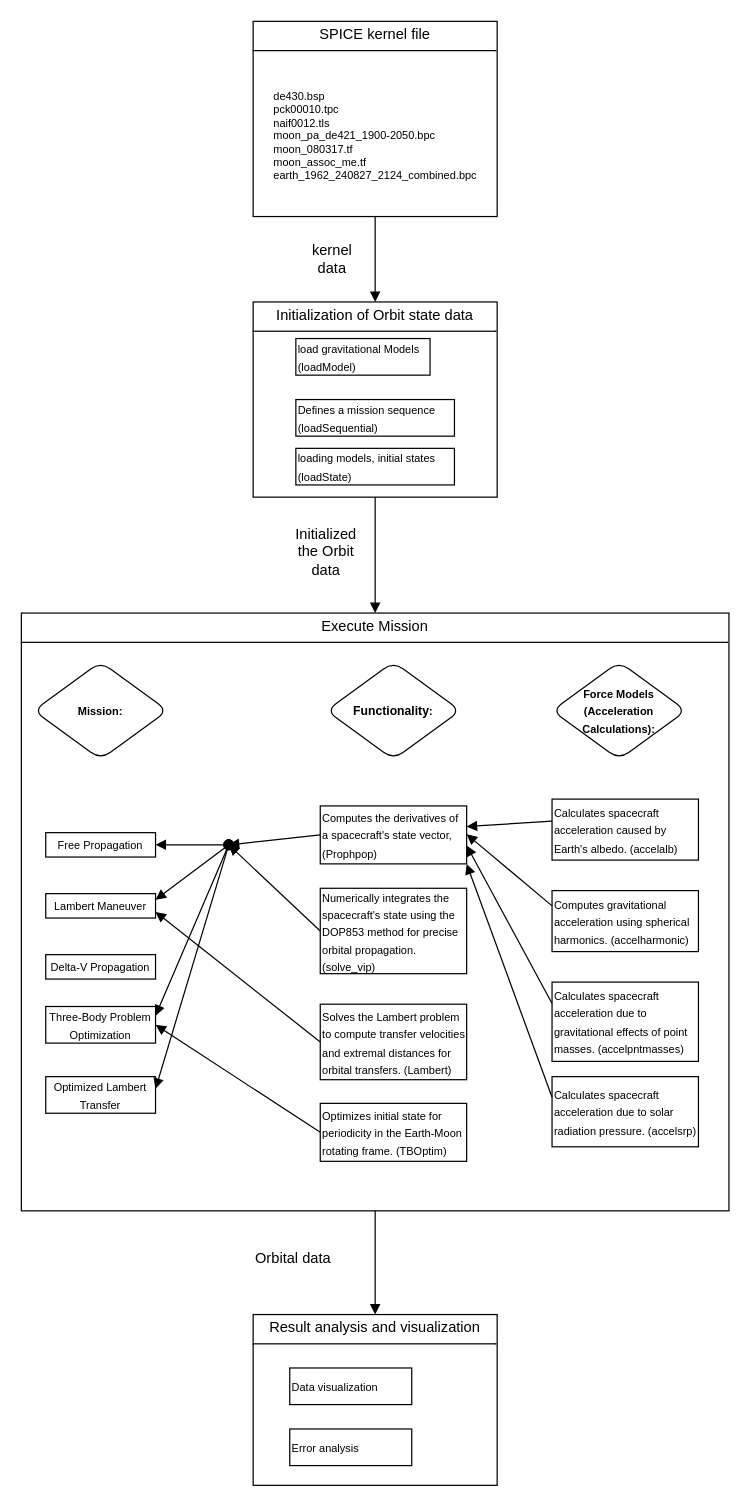
zhangnailiang/ER keeps this draw.io diagram as uml_final_report.drawio. Above is the earlier version. Source tidied: cells renumbered, new cells numbered last; positions are measured from the earlier drawing's top-left corner, leaving out a move shared by most shapes. Both pictures are drawn from the tidied source at 122%, with x=0, y=0 at pixel (21, 21).
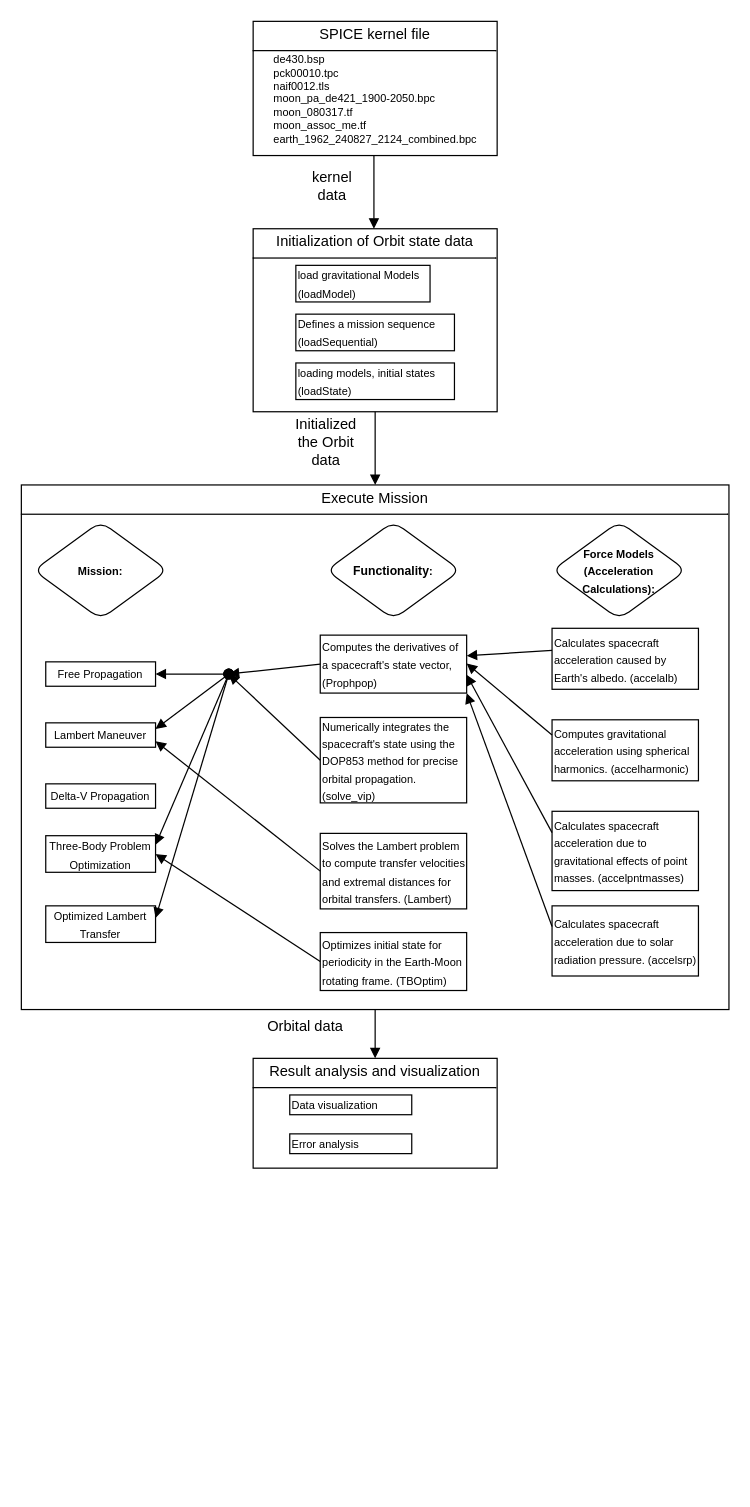
After the change.

The edit, as a diff of the source:
```diff
@@
     <mxCell id="2" value="&lt;p style=&quot;margin:0px;margin-top:4px;text-align:center;&quot;&gt;&lt;span style=&quot;background-color: initial;&quot;&gt;SPICE kernel file&lt;/span&gt;&lt;/p&gt;&lt;hr size=&quot;1&quot; style=&quot;border-style:solid;&quot;&gt;&lt;div style=&quot;height:2px;&quot;&gt;&lt;/div&gt;" style="verticalAlign=top;align=left;overflow=fill;html=1;whiteSpace=wrap;" parent="1" vertex="1">
-      <mxGeometry x="190" width="200" height="160" as="geometry" />
+      <mxGeometry x="190" width="200" height="110" as="geometry" />
     </mxCell>
     <mxCell id="3" value="de430.bsp&#10;pck00010.tpc&#10;naif0012.tls&#10;moon_pa_de421_1900-2050.bpc&#10;moon_080317.tf&#10;moon_assoc_me.tf&#10;earth_1962_240827_2124_combined.bpc" style="text;whiteSpace=wrap;fontSize=9;" parent="1" vertex="1">
-      <mxGeometry x="205" y="50" width="170" height="120" as="geometry" />
+      <mxGeometry x="205" y="20" width="170" height="90" as="geometry" />
     </mxCell>
     <mxCell id="4" value="&lt;p style=&quot;margin:0px;margin-top:4px;text-align:center;&quot;&gt;&lt;span style=&quot;background-color: initial;&quot;&gt;Initialization of Orbit state data&lt;/span&gt;&lt;/p&gt;&lt;hr size=&quot;1&quot; style=&quot;border-style:solid;&quot;&gt;&lt;div style=&quot;height:2px;&quot;&gt;&lt;/div&gt;" style="verticalAlign=top;align=left;overflow=fill;html=1;whiteSpace=wrap;" parent="1" vertex="1">
-      <mxGeometry x="190" y="230" width="200" height="160" as="geometry" />
+      <mxGeometry x="190" y="170" width="200" height="150" as="geometry" />
     </mxCell>
     <mxCell id="5" value="&lt;font style=&quot;font-size: 9px;&quot;&gt;load gravitational Models (loadModel)&lt;/font&gt;" style="html=1;whiteSpace=wrap;align=left;" parent="1" vertex="1">
-      <mxGeometry x="225" y="260" width="110" height="30" as="geometry" />
+      <mxGeometry x="225" y="200" width="110" height="30" as="geometry" />
     </mxCell>
     <mxCell id="6" value="&lt;font style=&quot;font-size: 9px;&quot;&gt;Defines a mission sequence (loadSequential)&lt;/font&gt;" style="html=1;whiteSpace=wrap;align=left;" parent="1" vertex="1">
-      <mxGeometry x="225" y="310" width="130" height="30" as="geometry" />
+      <mxGeometry x="225" y="240" width="130" height="30" as="geometry" />
     </mxCell>
     <mxCell id="7" value="&lt;p style=&quot;margin:0px;margin-top:4px;text-align:center;&quot;&gt;&lt;span style=&quot;background-color: initial;&quot;&gt;Execute Mission&lt;/span&gt;&lt;/p&gt;&lt;hr size=&quot;1&quot; style=&quot;border-style:solid;&quot;&gt;&lt;div style=&quot;height:2px;&quot;&gt;&lt;/div&gt;" style="verticalAlign=top;align=left;overflow=fill;html=1;whiteSpace=wrap;" parent="1" vertex="1">
-      <mxGeometry y="485" width="580" height="490" as="geometry" />
+      <mxGeometry y="380" width="580" height="430" as="geometry" />
     </mxCell>
     <mxCell id="8" value="&lt;font style=&quot;font-size: 9px;&quot;&gt;Free Propagation&lt;/font&gt;" style="html=1;whiteSpace=wrap;align=center;" parent="1" vertex="1">
-      <mxGeometry x="20" y="665" width="90" height="20" as="geometry" />
+      <mxGeometry x="20" y="525" width="90" height="20" as="geometry" />
     </mxCell>
     <mxCell id="9" value="&lt;font style=&quot;font-size: 9px;&quot;&gt;Lambert Maneuver&lt;/font&gt;" style="html=1;whiteSpace=wrap;align=center;" parent="1" vertex="1">
-      <mxGeometry x="20" y="715" width="90" height="20" as="geometry" />
+      <mxGeometry x="20" y="575" width="90" height="20" as="geometry" />
     </mxCell>
     <mxCell id="10" value="&lt;font style=&quot;font-size: 9px;&quot;&gt;Delta-V Propagation&lt;/font&gt;" style="html=1;whiteSpace=wrap;align=center;" parent="1" vertex="1">
-      <mxGeometry x="20" y="765" width="90" height="20" as="geometry" />
+      <mxGeometry x="20" y="625" width="90" height="20" as="geometry" />
     </mxCell>
     <mxCell id="11" value="&lt;font style=&quot;font-size: 9px;&quot;&gt;Calculates spacecraft acceleration caused by Earth's albedo. (accelalb)&lt;/font&gt;" style="html=1;whiteSpace=wrap;align=left;" parent="1" vertex="1">
-      <mxGeometry x="435" y="637.5" width="120" height="50" as="geometry" />
+      <mxGeometry x="435" y="497.5" width="120" height="50" as="geometry" />
     </mxCell>
     <mxCell id="12" value="&lt;font style=&quot;font-size: 9px;&quot;&gt;Calculates spacecraft acceleration due to gravitational effects of point masses. (accelpntmasses)&lt;/font&gt;" style="html=1;whiteSpace=wrap;align=left;" parent="1" vertex="1">
-      <mxGeometry x="435" y="787.5" width="120" height="65" as="geometry" />
+      <mxGeometry x="435" y="647.5" width="120" height="65" as="geometry" />
     </mxCell>
     <mxCell id="13" value="&lt;font style=&quot;font-size: 9px;&quot;&gt;Computes gravitational acceleration using spherical harmonics. (accelharmonic&lt;/font&gt;&lt;span style=&quot;font-size: 9px; background-color: initial;&quot;&gt;)&lt;/span&gt;" style="html=1;whiteSpace=wrap;align=left;" parent="1" vertex="1">
-      <mxGeometry x="435" y="712.5" width="120" height="50" as="geometry" />
+      <mxGeometry x="435" y="572.5" width="120" height="50" as="geometry" />
     </mxCell>
     <mxCell id="14" value="&lt;font style=&quot;font-size: 9px;&quot;&gt;Calculates spacecraft acceleration due to solar radiation pressure. (accelsrp)&lt;/font&gt;" style="html=1;whiteSpace=wrap;align=left;" parent="1" vertex="1">
-      <mxGeometry x="435" y="865" width="120" height="57.5" as="geometry" />
+      <mxGeometry x="435" y="725" width="120" height="57.5" as="geometry" />
     </mxCell>
     <mxCell id="15" value="&lt;font style=&quot;font-size: 9px;&quot;&gt;Computes the derivatives of a spacecraft's state vector,(Prophpop)&lt;/font&gt;" style="html=1;whiteSpace=wrap;align=left;" parent="1" vertex="1">
-      <mxGeometry x="245" y="643.1" width="120" height="47.5" as="geometry" />
+      <mxGeometry x="245" y="503.1" width="120" height="47.5" as="geometry" />
     </mxCell>
     <mxCell id="16" value="&lt;font style=&quot;font-size: 9px;&quot;&gt;Optimizes initial state for periodicity in the Earth-Moon rotating frame. (TBOptim)&lt;/font&gt;" style="html=1;whiteSpace=wrap;align=left;" parent="1" vertex="1">
-      <mxGeometry x="245" y="886.9" width="120" height="47.5" as="geometry" />
+      <mxGeometry x="245" y="746.9" width="120" height="47.5" as="geometry" />
     </mxCell>
     <mxCell id="17" value="&lt;span style=&quot;text-align: left;&quot;&gt;&lt;font style=&quot;font-size: 9px;&quot;&gt;Three-Body Problem Optimization&lt;/font&gt;&lt;/span&gt;" style="html=1;whiteSpace=wrap;align=center;" parent="1" vertex="1">
-      <mxGeometry x="20" y="807.5" width="90" height="30" as="geometry" />
+      <mxGeometry x="20" y="667.5" width="90" height="30" as="geometry" />
     </mxCell>
     <mxCell id="18" value="&lt;span style=&quot;text-align: left;&quot;&gt;&lt;font style=&quot;font-size: 9px;&quot;&gt;Optimized Lambert Transfer&lt;/font&gt;&lt;/span&gt;" style="html=1;whiteSpace=wrap;align=center;" parent="1" vertex="1">
-      <mxGeometry x="20" y="865" width="90" height="30" as="geometry" />
+      <mxGeometry x="20" y="725" width="90" height="30" as="geometry" />
     </mxCell>
     <mxCell id="19" value="&lt;font style=&quot;font-size: 9px;&quot;&gt;Solves the Lambert problem to compute transfer velocities and extremal distances for orbital transfers. (Lambert)&lt;/font&gt;" style="html=1;whiteSpace=wrap;align=left;" parent="1" vertex="1">
-      <mxGeometry x="245" y="805.6" width="120" height="61.9" as="geometry" />
+      <mxGeometry x="245" y="665.6" width="120" height="61.9" as="geometry" />
     </mxCell>
     <mxCell id="20" value="&lt;font style=&quot;font-size: 9px;&quot;&gt;Numerically integrates the spacecraft's state using the DOP853 method for precise orbital propagation. (solve_vip)&lt;/font&gt;" style="html=1;whiteSpace=wrap;align=left;" parent="1" vertex="1">
-      <mxGeometry x="245" y="710.6" width="120" height="70" as="geometry" />
+      <mxGeometry x="245" y="570.6" width="120" height="70" as="geometry" />
     </mxCell>
     <mxCell id="21" value="&lt;font style=&quot;font-size: 9px;&quot;&gt;loading models, initial states (loadState)&lt;/font&gt;" style="html=1;whiteSpace=wrap;align=left;" parent="1" vertex="1">
-      <mxGeometry x="225" y="350" width="130" height="30" as="geometry" />
+      <mxGeometry x="225" y="280" width="130" height="30" as="geometry" />
     </mxCell>
     <mxCell id="22" style="endArrow=block;endFill=1;html=1;align=left;verticalAlign=top;rounded=0;exitX=0;exitY=0.5;exitDx=0;exitDy=0;entryX=1;entryY=0.25;entryDx=0;entryDy=0;" parent="1" edge="1">
       <mxGeometry x="-1" relative="1" as="geometry">
-        <mxPoint x="435" y="655.6" as="sourcePoint" />
-        <mxPoint x="365" y="660" as="targetPoint" />
+        <mxPoint x="435" y="515.6" as="sourcePoint" />
+        <mxPoint x="365" y="520" as="targetPoint" />
       </mxGeometry>
     </mxCell>
     <mxCell id="23" style="endArrow=block;endFill=1;html=1;align=left;verticalAlign=top;rounded=0;exitX=0;exitY=0.5;exitDx=0;exitDy=0;entryX=1;entryY=0.5;entryDx=0;entryDy=0;" parent="1" edge="1">
       <mxGeometry x="-1" relative="1" as="geometry">
-        <mxPoint x="435" y="725" as="sourcePoint" />
-        <mxPoint x="365" y="666.3" as="targetPoint" />
+        <mxPoint x="435" y="585" as="sourcePoint" />
+        <mxPoint x="365" y="526.3" as="targetPoint" />
       </mxGeometry>
     </mxCell>
     <mxCell id="24" style="endArrow=block;endFill=1;html=1;align=left;verticalAlign=top;rounded=0;exitX=0;exitY=0.5;exitDx=0;exitDy=0;entryX=1;entryY=0.75;entryDx=0;entryDy=0;" parent="1" edge="1">
       <mxGeometry x="-1" relative="1" as="geometry">
-        <mxPoint x="435" y="805" as="sourcePoint" />
-        <mxPoint x="365" y="675.6" as="targetPoint" />
+        <mxPoint x="435" y="665" as="sourcePoint" />
+        <mxPoint x="365" y="535.6" as="targetPoint" />
       </mxGeometry>
     </mxCell>
     <mxCell id="25" style="endArrow=block;endFill=1;html=1;align=left;verticalAlign=top;rounded=0;exitX=0;exitY=0.5;exitDx=0;exitDy=0;entryX=1;entryY=1;entryDx=0;entryDy=0;" parent="1" edge="1">
       <mxGeometry x="-1" relative="1" as="geometry">
-        <mxPoint x="435" y="881.9" as="sourcePoint" />
-        <mxPoint x="365" y="690.6" as="targetPoint" />
+        <mxPoint x="435" y="741.9" as="sourcePoint" />
+        <mxPoint x="365" y="550.6" as="targetPoint" />
       </mxGeometry>
     </mxCell>
     <mxCell id="26" style="endArrow=block;endFill=1;html=1;align=left;verticalAlign=top;rounded=0;exitX=0;exitY=0.5;exitDx=0;exitDy=0;" parent="1" edge="1" source="15">
       <mxGeometry x="-1" relative="1" as="geometry">
-        <mxPoint x="170" y="675" as="targetPoint" />
+        <mxPoint x="170" y="535" as="targetPoint" />
       </mxGeometry>
     </mxCell>
     <mxCell id="27" style="html=1;verticalAlign=bottom;startArrow=oval;startFill=1;endArrow=block;startSize=8;curved=0;rounded=0;entryX=1;entryY=0.5;entryDx=0;entryDy=0;" parent="1" edge="1" target="8">
       <mxGeometry relative="1" as="geometry">
-        <mxPoint x="170" y="675" as="sourcePoint" />
+        <mxPoint x="170" y="535" as="sourcePoint" />
       </mxGeometry>
     </mxCell>
     <mxCell id="28" style="endArrow=block;endFill=1;html=1;align=left;verticalAlign=top;rounded=0;exitX=0;exitY=0.5;exitDx=0;exitDy=0;" parent="1" edge="1" source="20">
       <mxGeometry x="-1" relative="1" as="geometry">
-        <mxPoint x="170" y="675" as="targetPoint" />
+        <mxPoint x="170" y="535" as="targetPoint" />
       </mxGeometry>
     </mxCell>
@@
     <mxCell id="30" style="html=1;verticalAlign=bottom;startArrow=oval;startFill=1;endArrow=block;startSize=8;curved=0;rounded=0;entryX=1;entryY=0.25;entryDx=0;entryDy=0;" parent="1" edge="1" target="9">
       <mxGeometry relative="1" as="geometry">
-        <mxPoint x="170" y="675" as="sourcePoint" />
+        <mxPoint x="170" y="535" as="sourcePoint" />
       </mxGeometry>
     </mxCell>
     <mxCell id="31" style="html=1;verticalAlign=bottom;startArrow=oval;startFill=1;endArrow=block;startSize=8;curved=0;rounded=0;entryX=1;entryY=0.25;entryDx=0;entryDy=0;" parent="1" edge="1" target="17">
       <mxGeometry relative="1" as="geometry">
-        <mxPoint x="170" y="675" as="sourcePoint" />
+        <mxPoint x="170" y="535" as="sourcePoint" />
       </mxGeometry>
     </mxCell>
@@
     <mxCell id="33" style="endArrow=block;endFill=1;html=1;align=left;verticalAlign=top;rounded=0;" parent="1" edge="1">
       <mxGeometry x="-1" relative="1" as="geometry">
-        <mxPoint x="170" y="675" as="sourcePoint" />
-        <mxPoint x="110" y="875" as="targetPoint" />
+        <mxPoint x="170" y="535" as="sourcePoint" />
+        <mxPoint x="110" y="735" as="targetPoint" />
       </mxGeometry>
     </mxCell>
     <mxCell id="34" value="&lt;p style=&quot;margin:0px;margin-top:4px;text-align:center;&quot;&gt;&lt;span style=&quot;background-color: initial;&quot;&gt;Result analysis and visualization&lt;/span&gt;&lt;/p&gt;&lt;hr size=&quot;1&quot; style=&quot;border-style:solid;&quot;&gt;&lt;div style=&quot;height:2px;&quot;&gt;&lt;/div&gt;" style="verticalAlign=top;align=left;overflow=fill;html=1;whiteSpace=wrap;" parent="1" vertex="1">
-      <mxGeometry x="190" y="1060" width="200" height="140" as="geometry" />
+      <mxGeometry x="190" y="850" width="200" height="90" as="geometry" />
     </mxCell>
     <mxCell id="35" value="&lt;font style=&quot;font-size: 9px;&quot;&gt;Data visualization&lt;/font&gt;" style="html=1;whiteSpace=wrap;align=left;" parent="1" vertex="1">
-      <mxGeometry x="220" y="1103.8" width="100" height="30" as="geometry" />
+      <mxGeometry x="220" y="880" width="100" height="16.2" as="geometry" />
     </mxCell>
     <mxCell id="36" value="&lt;font style=&quot;font-size: 9px;&quot;&gt;Error analysis&lt;/font&gt;" style="html=1;whiteSpace=wrap;align=left;" parent="1" vertex="1">
-      <mxGeometry x="220" y="1153.8" width="100" height="30" as="geometry" />
+      <mxGeometry x="220" y="911.9" width="100" height="16.2" as="geometry" />
     </mxCell>
     <mxCell id="37" value="&lt;font style=&quot;font-size: 9px;&quot;&gt;&lt;b&gt;Force Models (Acceleration Calculations):&lt;/b&gt;&lt;/font&gt;" style="rhombus;whiteSpace=wrap;html=1;rounded=1;" parent="1" vertex="1">
-      <mxGeometry x="435" y="525" width="110" height="80" as="geometry" />
+      <mxGeometry x="435" y="410" width="110" height="80" as="geometry" />
     </mxCell>
     <mxCell id="38" value="&lt;span style=&quot;font-size: 9px;&quot;&gt;&lt;b&gt;Mission:&lt;/b&gt;&lt;/span&gt;" style="rhombus;whiteSpace=wrap;html=1;rounded=1;" parent="1" vertex="1">
-      <mxGeometry x="10" y="525" width="110" height="80" as="geometry" />
+      <mxGeometry x="10" y="410" width="110" height="80" as="geometry" />
     </mxCell>
     <mxCell id="39" value="&lt;b style=&quot;&quot;&gt;&lt;font size=&quot;1&quot;&gt;Functionality&lt;/font&gt;&lt;/b&gt;&lt;b style=&quot;font-size: 9px;&quot;&gt;:&lt;/b&gt;" style="rhombus;whiteSpace=wrap;html=1;rounded=1;" parent="1" vertex="1">
-      <mxGeometry x="250" y="525" width="110" height="80" as="geometry" />
+      <mxGeometry x="250" y="410" width="110" height="80" as="geometry" />
     </mxCell>
     <mxCell id="40" value="kernel data" style="text;strokeColor=none;align=center;fillColor=none;html=1;verticalAlign=middle;whiteSpace=wrap;rounded=0;" parent="1" vertex="1">
-      <mxGeometry x="225" y="180" width="60" height="30" as="geometry" />
+      <mxGeometry x="225" y="120" width="60" height="30" as="geometry" />
     </mxCell>
     <mxCell id="41" value="Initialized the Orbit data" style="text;strokeColor=none;align=center;fillColor=none;html=1;verticalAlign=middle;whiteSpace=wrap;rounded=0;" parent="1" vertex="1">
-      <mxGeometry x="220" y="420" width="60" height="30" as="geometry" />
+      <mxGeometry x="220" y="330" width="60" height="30" as="geometry" />
     </mxCell>
-    <mxCell id="42" style="endArrow=block;endFill=1;html=1;align=left;verticalAlign=top;rounded=0;exitX=0.5;exitY=1;exitDx=0;exitDy=0;entryX=0.5;entryY=0;entryDx=0;entryDy=0;" parent="1" edge="1" source="4" target="7">
-      <mxGeometry x="-1" relative="1" as="geometry" />
+    <mxCell id="42" style="endArrow=block;endFill=1;html=1;align=left;verticalAlign=top;rounded=0;exitX=0.5;exitY=1;exitDx=0;exitDy=0;" parent="1" edge="1" source="4">
+      <mxGeometry x="-1" relative="1" as="geometry">
+        <mxPoint x="290" y="380" as="targetPoint" />
+      </mxGeometry>
     </mxCell>
     <mxCell id="43" value="Orbital data" style="text;whiteSpace=wrap;" parent="1" vertex="1">
-      <mxGeometry x="190" y="1000" width="100" height="40" as="geometry" />
+      <mxGeometry x="200" y="810" width="100" height="40" as="geometry" />
     </mxCell>
-    <mxCell id="44" style="endArrow=block;endFill=1;html=1;align=left;verticalAlign=top;rounded=0;entryX=0.5;entryY=0;entryDx=0;entryDy=0;" parent="1" edge="1" target="4">
+    <mxCell id="44" style="endArrow=block;endFill=1;html=1;align=left;verticalAlign=top;rounded=0;" parent="1" edge="1">
       <mxGeometry x="-1" relative="1" as="geometry">
-        <mxPoint x="290" y="160" as="sourcePoint" />
+        <mxPoint x="289" y="110" as="sourcePoint" />
+        <mxPoint x="289" y="170" as="targetPoint" />
       </mxGeometry>
     </mxCell>
-    <mxCell id="45" style="endArrow=block;endFill=1;html=1;align=left;verticalAlign=top;rounded=0;exitX=0.5;exitY=1;exitDx=0;exitDy=0;entryX=0.5;entryY=0;entryDx=0;entryDy=0;" parent="1" edge="1" source="7" target="34">
-      <mxGeometry x="-1" relative="1" as="geometry" />
+    <mxCell id="45" style="endArrow=block;endFill=1;html=1;align=left;verticalAlign=top;rounded=0;exitX=0.5;exitY=1;exitDx=0;exitDy=0;" parent="1" edge="1" source="7">
+      <mxGeometry x="-1" relative="1" as="geometry">
+        <mxPoint x="290" y="850" as="targetPoint" />
+      </mxGeometry>
     </mxCell>
```
